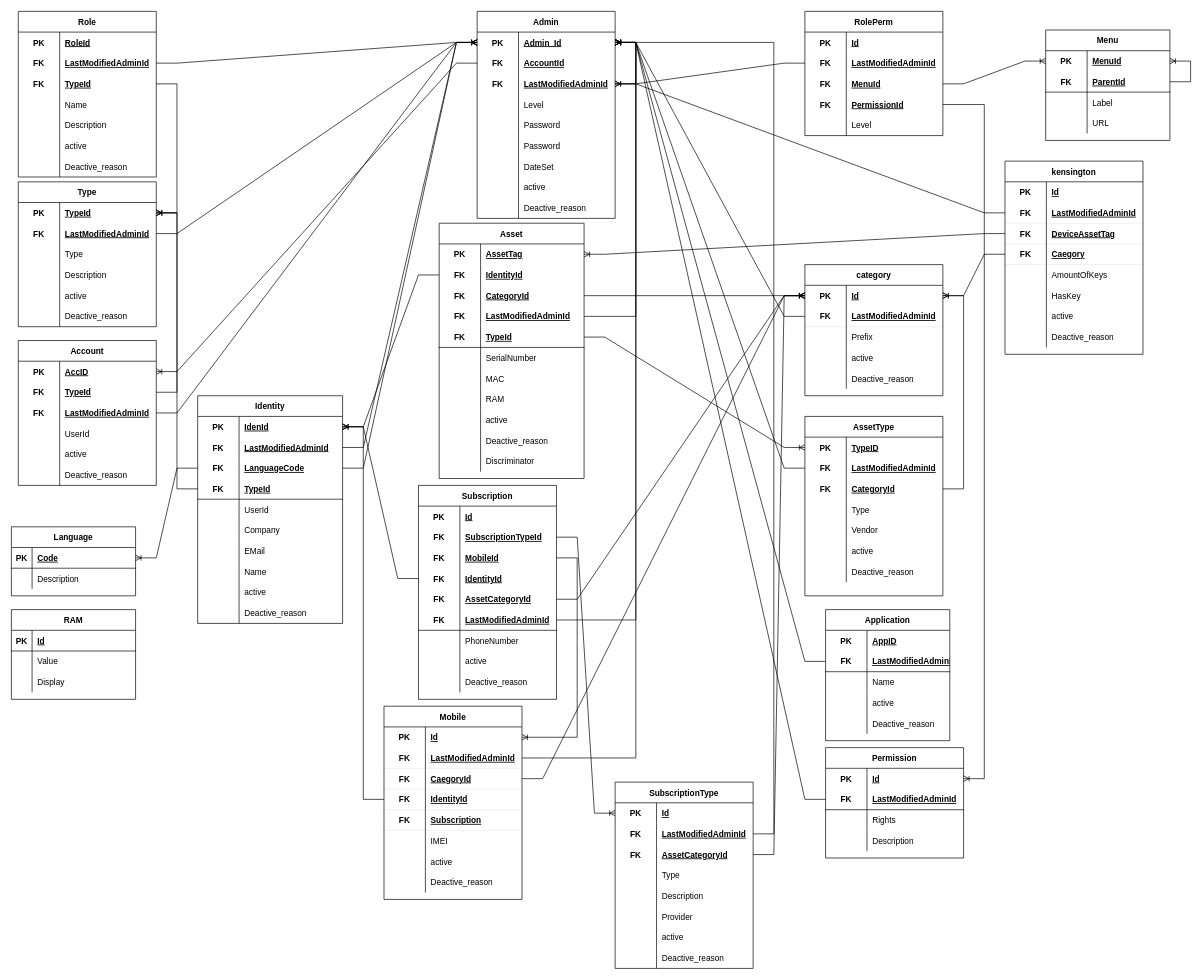
HansColman45/PyCMDB keeps this draw.io diagram as page "ERD" (2 of 5) of CMDB/CMDB/Documentation/CMDB-Class.drawio. Above is the earlier version. Source tidied: cells renumbered, new cells numbered last; positions are measured from the earlier drawing's top-left corner, leaving out a move shared by most shapes. Both pictures are drawn from the tidied source at 69%, with x=0, y=0 at pixel (11, 11).
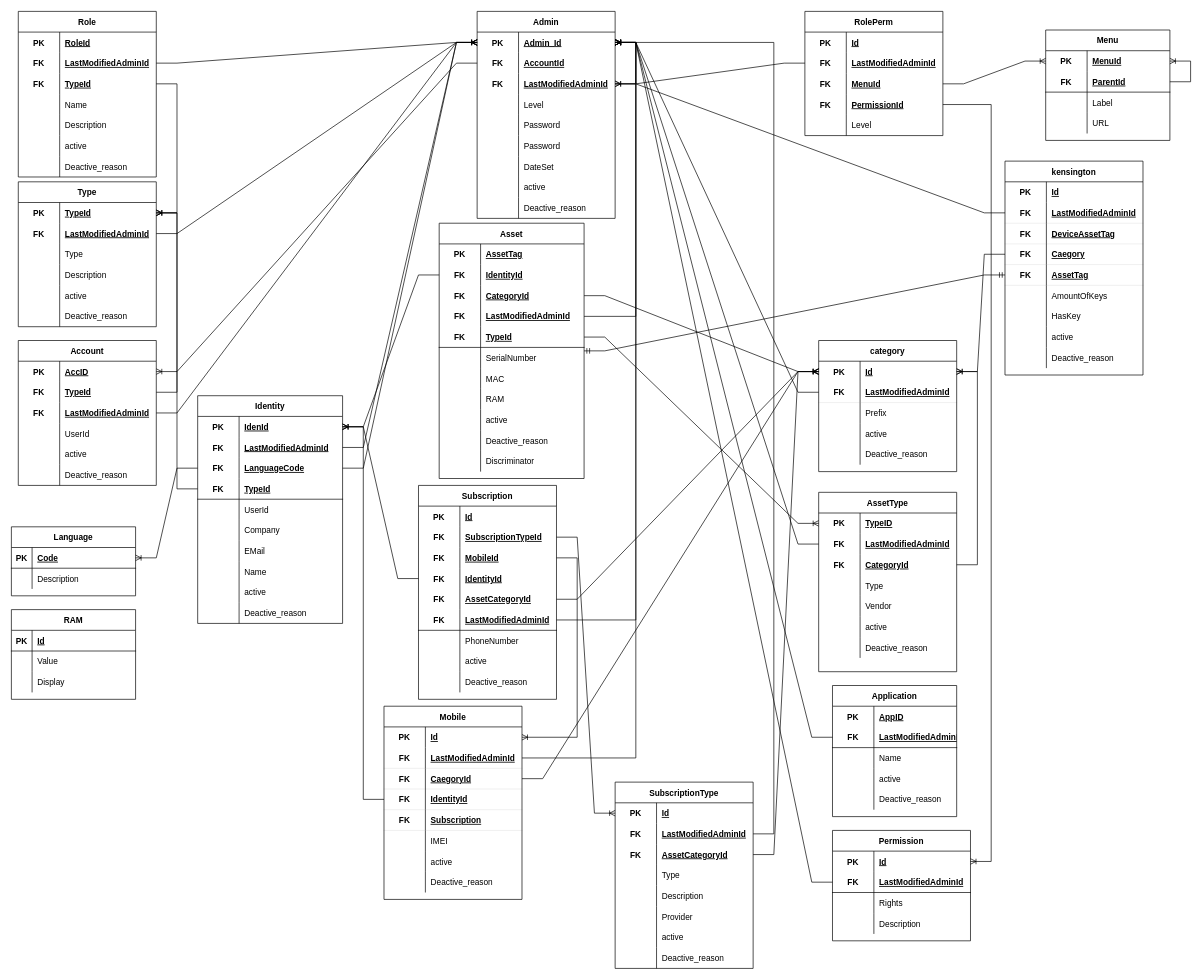
The same page after the edit.

The change refers to these unchanged cells:
```xml
<mxCell id="2" value="Asset" style="shape=table;startSize=30;childLayout=tableLayout;rowLines=0;fontStyle=1;align=center;" parent="1" vertex="1">
  <mxGeometry x="620" y="307" width="210" height="370" as="geometry" />
</mxCell>
<mxCell id="3" style="shape=tableRow;horizontal=0;startSize=0;swimlaneHead=0;swimlaneBody=0;fillColor=none;points=[[0,0.5],[1,0.5]];portConstraint=eastwest;top=0;left=0;right=0;bottom=0;" parent="2" vertex="1">
  <mxGeometry y="30" width="210" height="30" as="geometry" />
</mxCell>
<mxCell id="181" style="shape=tableRow;horizontal=0;startSize=0;swimlaneHead=0;swimlaneBody=0;fillColor=none;points=[[0,0.5],[1,0.5]];portConstraint=eastwest;top=0;left=0;right=0;bottom=1;strokeWidth=0;" parent="174" vertex="1">
  <mxGeometry y="90" width="200" height="30" as="geometry" />
</mxCell>
```

Change to the diagram source:
```diff
@@
     <mxCell id="36" value="AssetType" style="shape=table;startSize=30;childLayout=tableLayout;rowLines=0;fontStyle=1;align=center;" parent="1" vertex="1">
-      <mxGeometry x="1150" y="587" width="200" height="260" as="geometry" />
+      <mxGeometry x="1170" y="697" width="200" height="260" as="geometry" />
     </mxCell>
@@
     <mxCell id="146" value="category" style="shape=table;startSize=30;childLayout=tableLayout;rowLines=0;fontStyle=1;align=center;strokeWidth=1;" parent="1" vertex="1">
-      <mxGeometry x="1150" y="367" width="200" height="190" as="geometry" />
+      <mxGeometry x="1170" y="477" width="200" height="190" as="geometry" />
     </mxCell>
@@
     <mxCell id="174" value="kensington" style="shape=table;startSize=30;childLayout=tableLayout;rowLines=0;fontStyle=1;align=center;strokeWidth=1;" parent="1" vertex="1">
-      <mxGeometry x="1440" y="217" width="200" height="280" as="geometry" />
+      <mxGeometry x="1440" y="217" width="200" height="310" as="geometry" />
     </mxCell>
@@
+    <mxCell id="408" style="shape=tableRow;horizontal=0;startSize=0;swimlaneHead=0;swimlaneBody=0;fillColor=none;points=[[0,0.5],[1,0.5]];portConstraint=eastwest;top=0;left=0;right=0;bottom=1;strokeWidth=0;" parent="174" vertex="1">
+      <mxGeometry y="150" width="200" height="30" as="geometry" />
+    </mxCell>
+    <mxCell id="409" value="FK" style="shape=partialRectangle;fillColor=none;top=0;left=0;bottom=0;right=0;fontStyle=1;overflow=hidden;strokeWidth=0;" parent="408" vertex="1">
+      <mxGeometry width="60" height="30" as="geometry" />
+    </mxCell>
+    <mxCell id="410" value="AssetTag" style="shape=partialRectangle;fillColor=none;top=0;left=0;bottom=0;right=0;align=left;spacingLeft=6;fontStyle=5;overflow=hidden;strokeWidth=0;" parent="408" vertex="1">
+      <mxGeometry x="60" width="140" height="30" as="geometry" />
+    </mxCell>
     <mxCell id="187" style="shape=tableRow;horizontal=0;startSize=0;swimlaneHead=0;swimlaneBody=0;fillColor=none;top=0;left=0;right=0;bottom=0;strokeWidth=0;" parent="174" vertex="1">
-      <mxGeometry y="150" width="200" height="30" as="geometry" />
+      <mxGeometry y="180" width="200" height="30" as="geometry" />
     </mxCell>
@@
     <mxCell id="190" style="shape=tableRow;horizontal=0;startSize=0;swimlaneHead=0;swimlaneBody=0;fillColor=none;top=0;left=0;right=0;bottom=0;strokeWidth=0;" parent="174" vertex="1">
-      <mxGeometry y="180" width="200" height="30" as="geometry" />
+      <mxGeometry y="210" width="200" height="30" as="geometry" />
     </mxCell>
@@
     <mxCell id="193" style="shape=tableRow;horizontal=0;startSize=0;swimlaneHead=0;swimlaneBody=0;fillColor=none;top=0;left=0;right=0;bottom=0;strokeWidth=0;" parent="174" vertex="1">
-      <mxGeometry y="210" width="200" height="30" as="geometry" />
+      <mxGeometry y="240" width="200" height="30" as="geometry" />
     </mxCell>
@@
     <mxCell id="196" style="shape=tableRow;horizontal=0;startSize=0;swimlaneHead=0;swimlaneBody=0;fillColor=none;top=0;left=0;right=0;bottom=0;strokeWidth=0;" parent="174" vertex="1">
-      <mxGeometry y="240" width="200" height="30" as="geometry" />
+      <mxGeometry y="270" width="200" height="30" as="geometry" />
     </mxCell>
@@
-    <mxCell id="229" style="edgeStyle=entityRelationEdgeStyle;fontSize=12;html=1;endArrow=ERoneToMany;rounded=0;" parent="1" edge="1" source="181" target="3">
-      <mxGeometry relative="1" as="geometry" />
-    </mxCell>
     <mxCell id="230" value="Application" style="shape=table;startSize=30;childLayout=tableLayout;rowLines=0;fontStyle=1;align=center;" parent="1" vertex="1">
-      <mxGeometry x="1180" y="867" width="180" height="190" as="geometry" />
+      <mxGeometry x="1190" y="977" width="180" height="190" as="geometry" />
     </mxCell>
@@
     <mxCell id="271" value="Permission" style="shape=table;startSize=30;childLayout=tableLayout;rowLines=0;fontStyle=1;align=center;" parent="1" vertex="1">
-      <mxGeometry x="1180" y="1067" width="200" height="160" as="geometry" />
+      <mxGeometry x="1190" y="1187" width="200" height="160" as="geometry" />
     </mxCell>
@@
+    <mxCell id="411" style="edgeStyle=entityRelationEdgeStyle;fontSize=12;html=1;endArrow=ERmandOne;startArrow=ERmandOne;rounded=0;" parent="1" edge="1" source="2" target="408">
+      <mxGeometry relative="1" as="geometry" />
+    </mxCell>
```
